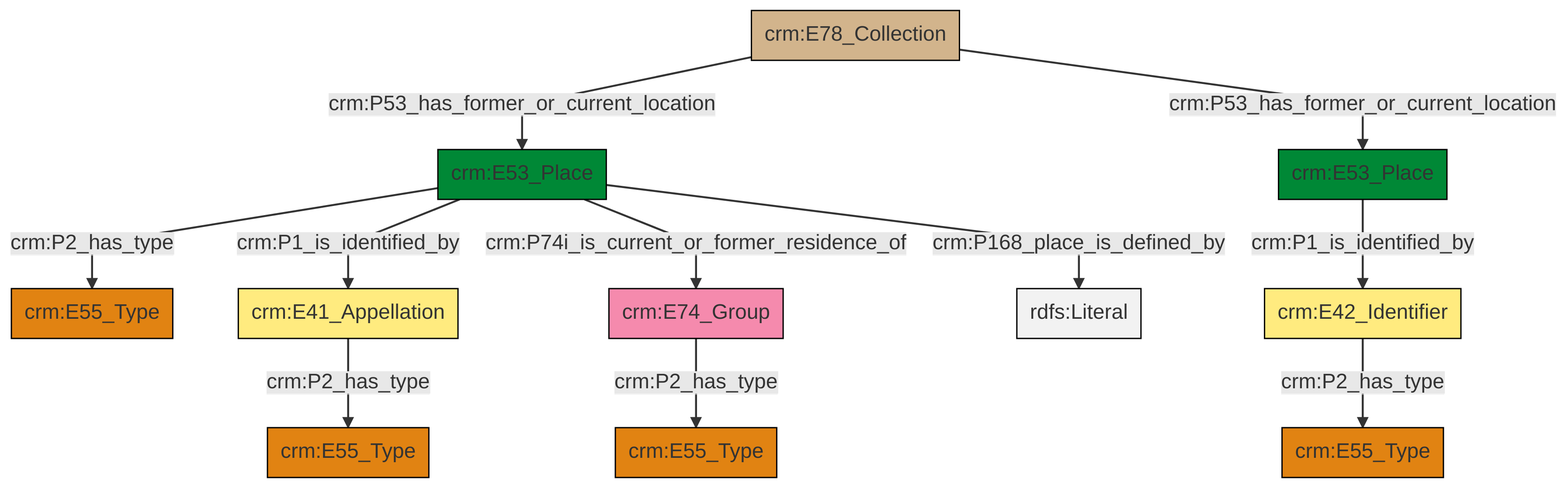
swiss-art-research-net/docs.swissartresearch keeps this Mermaid diagram as et/archivalCSV/ttl/mmd/png/archival_location.png. Above is the earlier version. Its source is kept beside it as et/archivalCSV/ttl/mmd/archival_location.ttl.mmd.
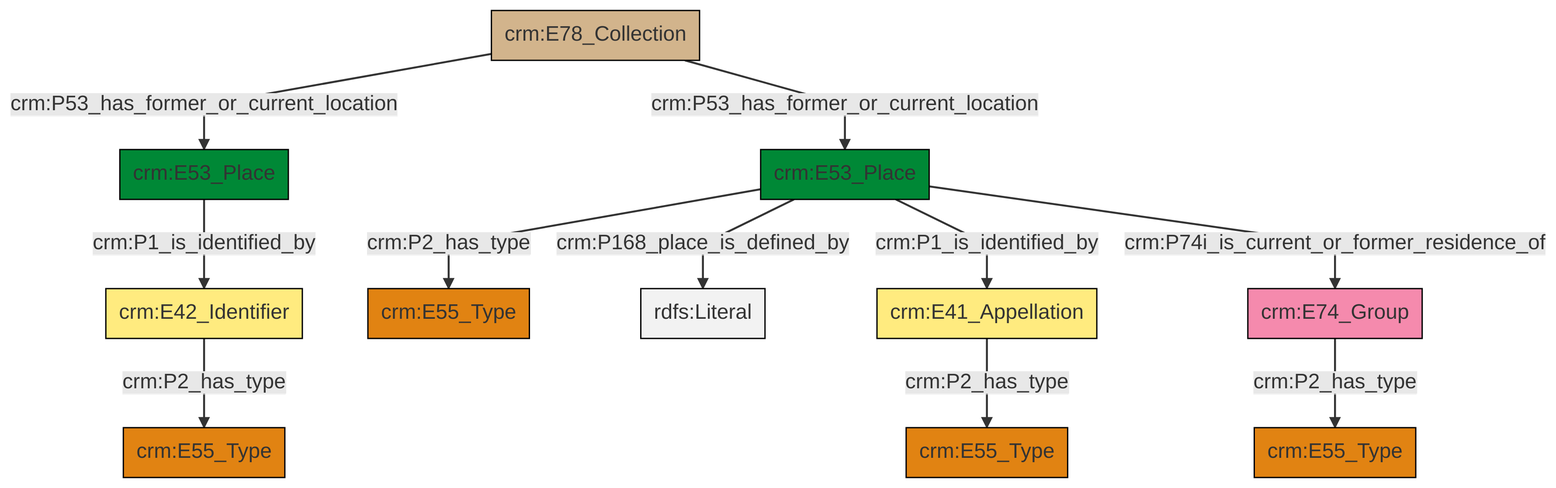
The same diagram one commit later.

Change to the diagram source:
```diff
@@ -13,13 +13,13 @@
 classDef PC_Classes fill:#4ce600, stroke:#000000;
 classDef Multi fill:#cccccc,stroke:#000000;
 
+2["crm:E74_Group"]:::Actor -->|crm:P2_has_type| 0["crm:E55_Type"]:::Type
+3["crm:E53_Place"]:::Place -->|crm:P2_has_type| 4["crm:E55_Type"]:::Type
+3["crm:E53_Place"]:::Place -->|crm:P168_place_is_defined_by| 5[rdfs:Literal]:::Literal
 6["crm:E78_Collection"]:::Physical_Thing -->|crm:P53_has_former_or_current_location| 7["crm:E53_Place"]:::Place
-8["crm:E41_Appellation"]:::Appellation -->|crm:P2_has_type| 0["crm:E55_Type"]:::Type
-6["crm:E78_Collection"]:::Physical_Thing -->|crm:P53_has_former_or_current_location| 18["crm:E53_Place"]:::Place
-7["crm:E53_Place"]:::Place -->|crm:P2_has_type| 10["crm:E55_Type"]:::Type
-16["crm:E42_Identifier"]:::Appellation -->|crm:P2_has_type| 4["crm:E55_Type"]:::Type
-14["crm:E74_Group"]:::Actor -->|crm:P2_has_type| 2["crm:E55_Type"]:::Type
-7["crm:E53_Place"]:::Place -->|crm:P1_is_identified_by| 8["crm:E41_Appellation"]:::Appellation
-18["crm:E53_Place"]:::Place -->|crm:P1_is_identified_by| 16["crm:E42_Identifier"]:::Appellation
-7["crm:E53_Place"]:::Place -->|crm:P74i_is_current_or_former_residence_of| 14["crm:E74_Group"]:::Actor
-7["crm:E53_Place"]:::Place -->|crm:P168_place_is_defined_by| 24[rdfs:Literal]:::Literal
+11["crm:E41_Appellation"]:::Appellation -->|crm:P2_has_type| 12["crm:E55_Type"]:::Type
+13["crm:E42_Identifier"]:::Appellation -->|crm:P2_has_type| 9["crm:E55_Type"]:::Type
+3["crm:E53_Place"]:::Place -->|crm:P1_is_identified_by| 11["crm:E41_Appellation"]:::Appellation
+6["crm:E78_Collection"]:::Physical_Thing -->|crm:P53_has_former_or_current_location| 3["crm:E53_Place"]:::Place
+3["crm:E53_Place"]:::Place -->|crm:P74i_is_current_or_former_residence_of| 2["crm:E74_Group"]:::Actor
+7["crm:E53_Place"]:::Place -->|crm:P1_is_identified_by| 13["crm:E42_Identifier"]:::Appellation
```
